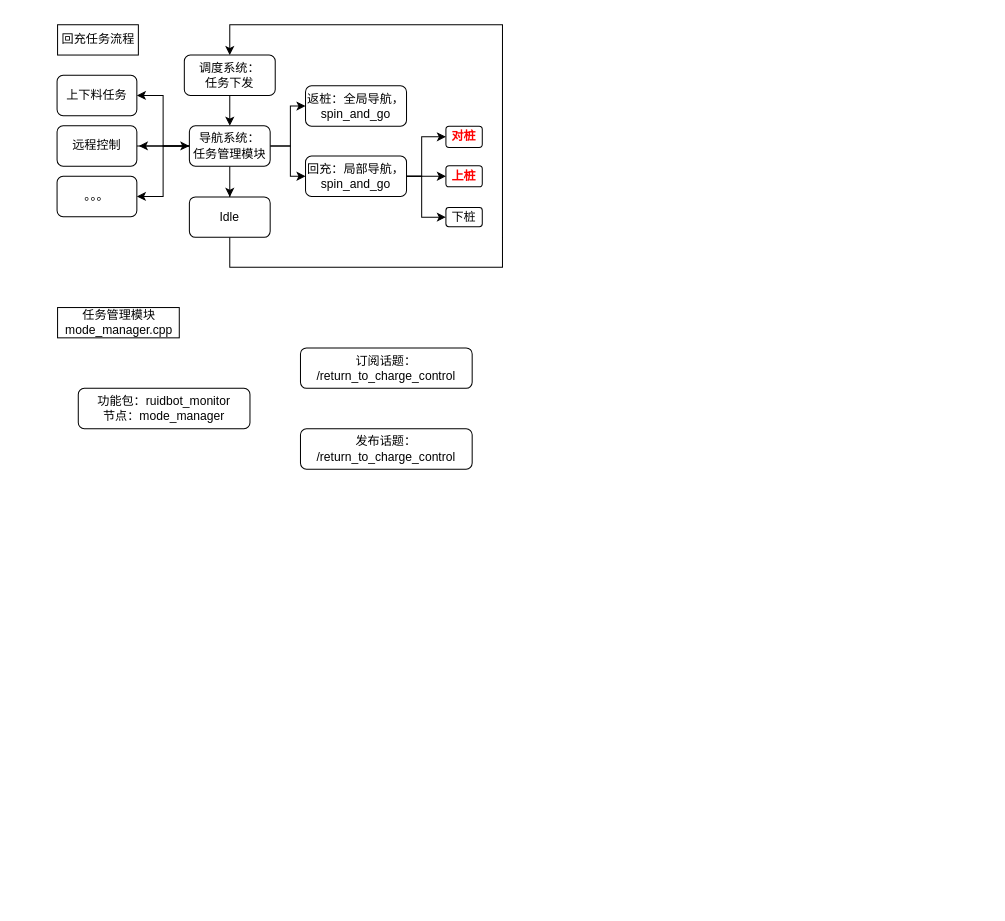
Earlier version of the draw.io diagram 未命名绘图.drawio (hitytqsz/learngit). Source tidied: cells renumbered, new cells numbered last; positions are measured from the earlier drawing's top-left corner, leaving out a move shared by most shapes. Both pictures are drawn from the tidied source at 101%, with x=0, y=0 at pixel (57, 24).
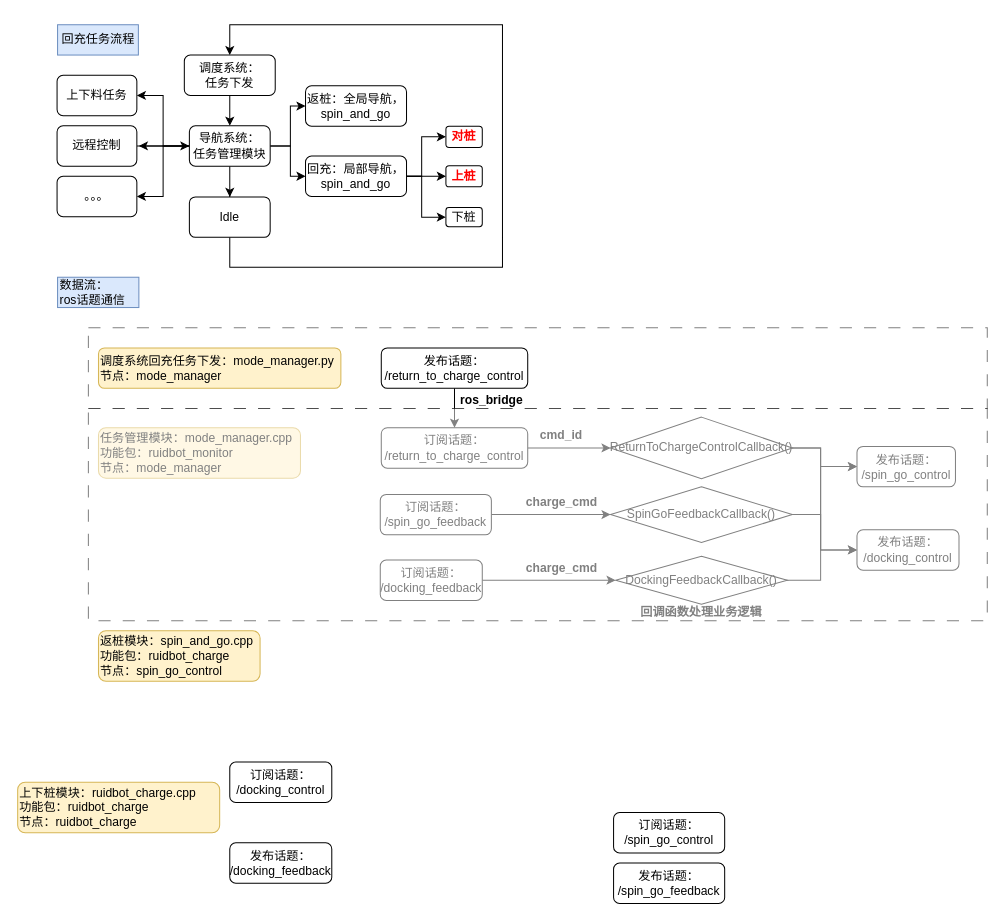
Above is the later version.

What changed in the source:
```diff
@@
+    <mxCell id="30" style="rounded=0;whiteSpace=wrap;html=1;dashed=1;dashPattern=12 12;strokeWidth=1;perimeterSpacing=1;opacity=50;" parent="1" vertex="1">
+      <mxGeometry x="31" y="300" width="890" height="80" as="geometry" />
+    </mxCell>
@@
-    <mxCell id="21" value="回充任务流程" style="rounded=0;whiteSpace=wrap;html=1;" parent="1" vertex="1">
+    <mxCell id="21" value="回充任务流程" style="rounded=0;whiteSpace=wrap;html=1;fillColor=#dae8fc;strokeColor=#6c8ebf;" parent="1" vertex="1">
       <mxGeometry x="0.5" width="80" height="30" as="geometry" />
     </mxCell>
-    <mxCell id="22" value="任务管理模块&lt;div&gt;mode_manager.cpp&lt;/div&gt;" style="rounded=0;whiteSpace=wrap;html=1;" parent="1" vertex="1">
-      <mxGeometry x="0.5" y="280" width="120.5" height="30" as="geometry" />
+    <mxCell id="22" value="数据流：&lt;div&gt;ros话题通信&lt;/div&gt;" style="rounded=0;whiteSpace=wrap;html=1;fillColor=#dae8fc;strokeColor=#6c8ebf;align=left;" parent="1" vertex="1">
+      <mxGeometry x="0.5" y="250" width="80.5" height="30" as="geometry" />
     </mxCell>
@@
+    <mxCell id="31" style="edgeStyle=orthogonalEdgeStyle;rounded=0;jettySize=auto;html=1;entryX=0;entryY=0.5;entryDx=0;entryDy=0;" parent="1" edge="1" source="27" target="52">
+      <mxGeometry relative="1" as="geometry" />
+    </mxCell>
     <mxCell id="27" value="订阅话题：&lt;div&gt;/return_to_charge_control&lt;/div&gt;" style="rounded=1;whiteSpace=wrap;html=1;fontSize=12;glass=0;strokeWidth=1;shadow=0;" parent="1" vertex="1">
-      <mxGeometry x="241" y="320" width="170" height="40" as="geometry" />
+      <mxGeometry x="321" y="399" width="145" height="40" as="geometry" />
     </mxCell>
-    <mxCell id="28" value="发布话题：&lt;div&gt;/return_to_charge_control&lt;/div&gt;" style="rounded=1;whiteSpace=wrap;html=1;fontSize=12;glass=0;strokeWidth=1;shadow=0;" parent="1" vertex="1">
-      <mxGeometry x="241" y="400" width="170" height="40" as="geometry" />
+    <mxCell id="28" value="发布话题：&lt;div&gt;/spin_go_control&lt;/div&gt;" style="rounded=1;whiteSpace=wrap;html=1;fontSize=12;glass=0;strokeWidth=1;shadow=0;" parent="1" vertex="1">
+      <mxGeometry x="792" y="417.5" width="97.5" height="40" as="geometry" />
     </mxCell>
-    <mxCell id="29" value="&lt;div&gt;功能包：ruidbot_monitor&lt;/div&gt;节点：mode_manager" style="rounded=1;whiteSpace=wrap;html=1;fontSize=12;glass=0;strokeWidth=1;shadow=0;" parent="1" vertex="1">
-      <mxGeometry x="21" y="360" width="170" height="40" as="geometry" />
+    <mxCell id="29" value="&lt;div&gt;任务管理模块：mode_manager.cpp&lt;/div&gt;&lt;div&gt;功能包：ruidbot_monitor&lt;/div&gt;节点：mode_manager" style="rounded=1;whiteSpace=wrap;html=1;fontSize=12;glass=0;strokeWidth=1;shadow=0;align=left;fillColor=#fff2cc;strokeColor=#d6b656;" parent="1" vertex="1">
+      <mxGeometry x="41" y="399" width="200" height="50" as="geometry" />
     </mxCell>
+    <mxCell id="32" value="发布话题：&lt;div&gt;/docking_control&lt;/div&gt;" style="rounded=1;whiteSpace=wrap;html=1;fontSize=12;glass=0;strokeWidth=1;shadow=0;" parent="1" vertex="1">
+      <mxGeometry x="792" y="500" width="101" height="40" as="geometry" />
+    </mxCell>
+    <mxCell id="33" value="&lt;div&gt;返桩模块：spin_and_go.cpp&lt;/div&gt;&lt;div&gt;功能包：ruidbot_charge&lt;/div&gt;节点：spin_go_control" style="rounded=1;whiteSpace=wrap;html=1;fontSize=12;glass=0;strokeWidth=1;shadow=0;align=left;fillColor=#fff2cc;strokeColor=#d6b656;" parent="1" vertex="1">
+      <mxGeometry x="41" y="600" width="160" height="50" as="geometry" />
+    </mxCell>
+    <mxCell id="34" value="订阅话题：&lt;div&gt;/spin_go_control&lt;/div&gt;" style="rounded=1;whiteSpace=wrap;html=1;fontSize=12;glass=0;strokeWidth=1;shadow=0;" parent="1" vertex="1">
+      <mxGeometry x="551" y="780" width="110" height="40" as="geometry" />
+    </mxCell>
+    <mxCell id="35" value="订阅话题：&lt;div&gt;/docking_control&lt;/div&gt;" style="rounded=1;whiteSpace=wrap;html=1;fontSize=12;glass=0;strokeWidth=1;shadow=0;" parent="1" vertex="1">
+      <mxGeometry x="171" y="730" width="101" height="40" as="geometry" />
+    </mxCell>
+    <mxCell id="36" value="发布话题：&lt;div&gt;/spin_go_feedback&lt;/div&gt;" style="rounded=1;whiteSpace=wrap;html=1;fontSize=12;glass=0;strokeWidth=1;shadow=0;" parent="1" vertex="1">
+      <mxGeometry x="551" y="830" width="110" height="40" as="geometry" />
+    </mxCell>
+    <mxCell id="37" value="&lt;div&gt;上下桩模块：ruidbot_charge.cpp&lt;/div&gt;&lt;div&gt;功能包：ruidbot_charge&lt;/div&gt;节点：ruidbot_charge" style="rounded=1;whiteSpace=wrap;html=1;fontSize=12;glass=0;strokeWidth=1;shadow=0;align=left;fillColor=#fff2cc;strokeColor=#d6b656;" parent="1" vertex="1">
+      <mxGeometry x="-39" y="750" width="200" height="50" as="geometry" />
+    </mxCell>
+    <mxCell id="38" value="发布话题：&lt;div&gt;/docking_feedback&lt;/div&gt;" style="rounded=1;whiteSpace=wrap;html=1;fontSize=12;glass=0;strokeWidth=1;shadow=0;" parent="1" vertex="1">
+      <mxGeometry x="171" y="810" width="101" height="40" as="geometry" />
+    </mxCell>
+    <mxCell id="39" style="edgeStyle=orthogonalEdgeStyle;rounded=0;jettySize=auto;html=1;entryX=0;entryY=0.5;entryDx=0;entryDy=0;" parent="1" edge="1" source="40" target="56">
+      <mxGeometry relative="1" as="geometry" />
+    </mxCell>
+    <mxCell id="40" value="订阅话题：&lt;div&gt;/docking_feedback&lt;/div&gt;" style="rounded=1;whiteSpace=wrap;html=1;fontSize=12;glass=0;strokeWidth=1;shadow=0;" parent="1" vertex="1">
+      <mxGeometry x="320" y="530" width="101" height="40" as="geometry" />
+    </mxCell>
+    <mxCell id="41" style="edgeStyle=orthogonalEdgeStyle;rounded=0;jettySize=auto;html=1;entryX=0;entryY=0.5;entryDx=0;entryDy=0;" parent="1" edge="1" source="42" target="54">
+      <mxGeometry relative="1" as="geometry" />
+    </mxCell>
+    <mxCell id="42" value="订阅话题：&lt;div&gt;/spin_go_feedback&lt;/div&gt;" style="rounded=1;whiteSpace=wrap;html=1;fontSize=12;glass=0;strokeWidth=1;shadow=0;" parent="1" vertex="1">
+      <mxGeometry x="320" y="465" width="110" height="40" as="geometry" />
+    </mxCell>
+    <mxCell id="43" value="&lt;div&gt;调度系统回充任务下发：mode_manager.py&lt;/div&gt;节点：mode_manager" style="rounded=1;whiteSpace=wrap;html=1;fontSize=12;glass=0;strokeWidth=1;shadow=0;align=left;fillColor=#fff2cc;strokeColor=#d6b656;" parent="1" vertex="1">
+      <mxGeometry x="41" y="320" width="240" height="40" as="geometry" />
+    </mxCell>
+    <mxCell id="44" style="edgeStyle=orthogonalEdgeStyle;rounded=0;jettySize=auto;html=1;entryX=0.5;entryY=0;entryDx=0;entryDy=0;" parent="1" edge="1" source="45" target="27">
+      <mxGeometry relative="1" as="geometry" />
+    </mxCell>
+    <mxCell id="45" value="发布话题：&lt;div&gt;/return_to_charge_control&lt;/div&gt;" style="rounded=1;whiteSpace=wrap;html=1;fontSize=12;glass=0;strokeWidth=1;shadow=0;" parent="1" vertex="1">
+      <mxGeometry x="321" y="320" width="145" height="40" as="geometry" />
+    </mxCell>
+    <mxCell id="46" value="&lt;b&gt;ros_bridge&lt;/b&gt;" style="text;strokeColor=none;align=center;fillColor=none;html=1;verticalAlign=middle;whiteSpace=wrap;rounded=0;" parent="1" vertex="1">
+      <mxGeometry x="400" y="364" width="61" height="16" as="geometry" />
+    </mxCell>
+    <mxCell id="47" value="&lt;b&gt;cmd_id&lt;/b&gt;" style="text;strokeColor=none;align=center;fillColor=none;html=1;verticalAlign=middle;whiteSpace=wrap;rounded=0;" parent="1" vertex="1">
+      <mxGeometry x="469" y="399" width="61" height="16" as="geometry" />
+    </mxCell>
+    <mxCell id="48" value="&lt;b&gt;charge_cmd&lt;/b&gt;" style="text;strokeColor=none;align=center;fillColor=none;html=1;verticalAlign=middle;whiteSpace=wrap;rounded=0;" parent="1" vertex="1">
+      <mxGeometry x="459.5" y="465" width="80" height="16" as="geometry" />
+    </mxCell>
+    <mxCell id="49" value="&lt;b&gt;charge_cmd&lt;/b&gt;" style="text;strokeColor=none;align=center;fillColor=none;html=1;verticalAlign=middle;whiteSpace=wrap;rounded=0;" parent="1" vertex="1">
+      <mxGeometry x="459.5" y="530" width="80" height="16" as="geometry" />
+    </mxCell>
+    <mxCell id="50" style="edgeStyle=orthogonalEdgeStyle;rounded=0;jettySize=auto;html=1;entryX=0;entryY=0.5;entryDx=0;entryDy=0;" parent="1" edge="1" target="28">
+      <mxGeometry relative="1" as="geometry">
+        <mxPoint x="723" y="419" as="sourcePoint" />
+        <Array as="points">
+          <mxPoint x="756" y="419" />
+          <mxPoint x="756" y="438" />
+        </Array>
+      </mxGeometry>
+    </mxCell>
+    <mxCell id="51" style="edgeStyle=orthogonalEdgeStyle;rounded=0;jettySize=auto;html=1;entryX=0;entryY=0.5;entryDx=0;entryDy=0;" parent="1" edge="1" target="32">
+      <mxGeometry relative="1" as="geometry">
+        <mxPoint x="723" y="419" as="sourcePoint" />
+        <Array as="points">
+          <mxPoint x="756" y="419" />
+          <mxPoint x="756" y="520" />
+        </Array>
+      </mxGeometry>
+    </mxCell>
+    <mxCell id="52" value="&lt;div&gt;&lt;span style=&quot;text-align: left;&quot;&gt;ReturnToChargeControlCallback()&lt;/span&gt;&lt;/div&gt;" style="rhombus;whiteSpace=wrap;html=1;" parent="1" vertex="1">
+      <mxGeometry x="548" y="388.5" width="180" height="61" as="geometry" />
+    </mxCell>
+    <mxCell id="53" style="edgeStyle=orthogonalEdgeStyle;rounded=0;jettySize=auto;html=1;entryX=0;entryY=0.5;entryDx=0;entryDy=0;" parent="1" edge="1" source="54" target="32">
+      <mxGeometry relative="1" as="geometry">
+        <Array as="points">
+          <mxPoint x="756" y="485" />
+          <mxPoint x="756" y="520" />
+        </Array>
+      </mxGeometry>
+    </mxCell>
+    <mxCell id="54" value="&lt;span style=&quot;text-align: left; background-color: initial;&quot;&gt;SpinGoFeedbackCallback()&lt;/span&gt;" style="rhombus;whiteSpace=wrap;html=1;" parent="1" vertex="1">
+      <mxGeometry x="548" y="457.5" width="180" height="55" as="geometry" />
+    </mxCell>
+    <mxCell id="55" style="edgeStyle=orthogonalEdgeStyle;rounded=0;jettySize=auto;html=1;entryX=0;entryY=0.5;entryDx=0;entryDy=0;" parent="1" edge="1" target="28">
+      <mxGeometry relative="1" as="geometry">
+        <mxPoint x="720.6" y="550.1" as="sourcePoint" />
+        <Array as="points">
+          <mxPoint x="756" y="550" />
+          <mxPoint x="756" y="438" />
+        </Array>
+      </mxGeometry>
+    </mxCell>
+    <mxCell id="56" value="&lt;span style=&quot;text-align: left; background-color: initial;&quot;&gt;DockingFeedbackCallback()&lt;/span&gt;" style="rhombus;whiteSpace=wrap;html=1;" parent="1" vertex="1">
+      <mxGeometry x="553" y="526.2" width="170" height="47.5" as="geometry" />
+    </mxCell>
+    <mxCell id="57" value="&lt;b&gt;回调函数处理业务逻辑&lt;/b&gt;" style="text;strokeColor=none;align=center;fillColor=none;html=1;verticalAlign=middle;whiteSpace=wrap;rounded=0;" parent="1" vertex="1">
+      <mxGeometry x="576.2" y="574" width="123.5" height="16" as="geometry" />
+    </mxCell>
+    <mxCell id="58" style="rounded=0;whiteSpace=wrap;html=1;dashed=1;dashPattern=12 12;strokeWidth=1;perimeterSpacing=1;opacity=50;" parent="1" vertex="1">
+      <mxGeometry x="31" y="380" width="890" height="210" as="geometry" />
+    </mxCell>
```
